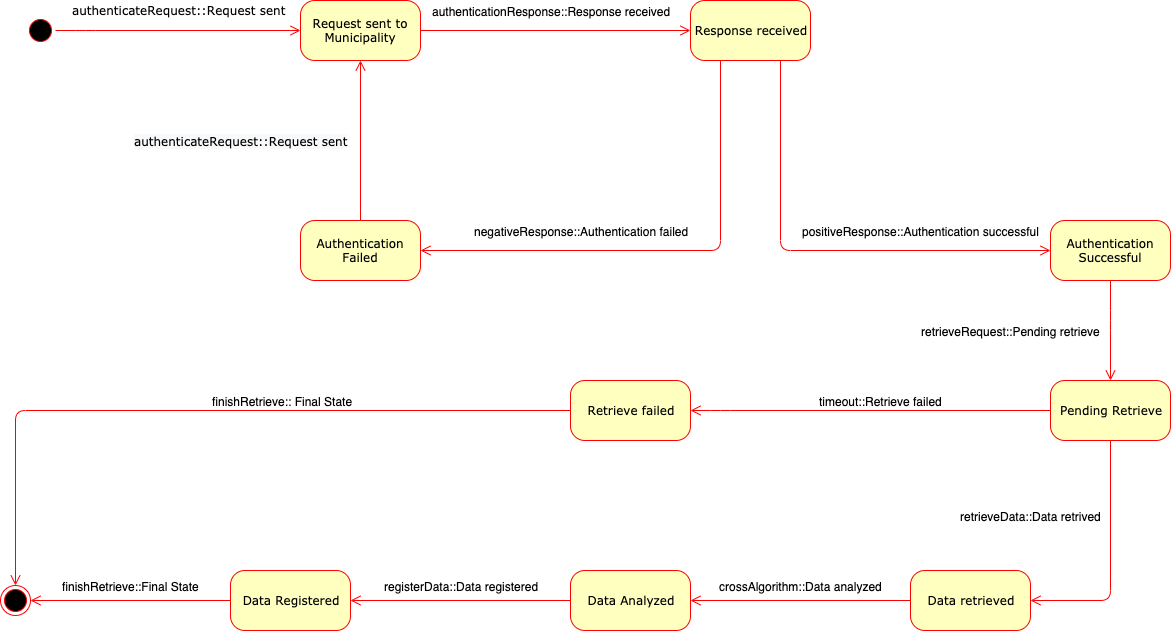
The draw.io diagram Releases/RASD/img/RequestMunicipality.png in amecava/safestreets, before a commit. Source tidied: cells renumbered, new cells last; positions are measured from the earlier drawing's top-left corner, leaving out a move shared by most shapes.
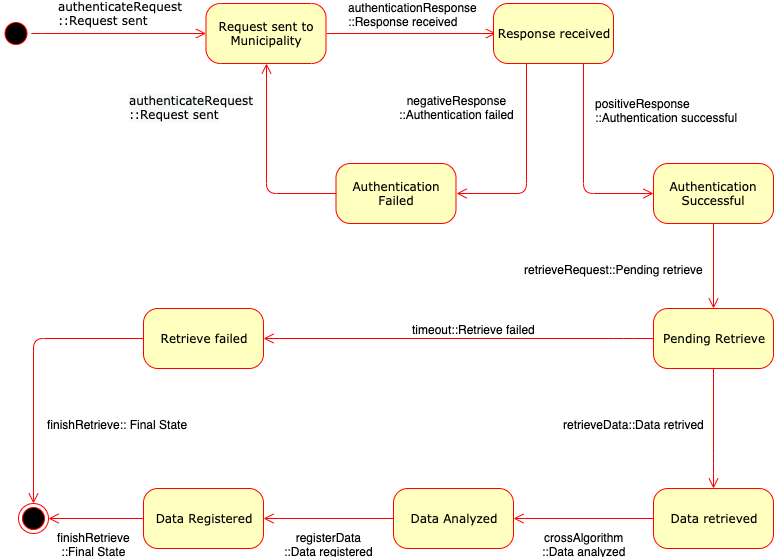
After the change.

Commit message:
State diagrams

Diff of the diagram source:
```diff
@@ -3,129 +3,133 @@
     <mxCell id="0" />
     <mxCell id="1" parent="0" />
     <mxCell id="2" style="ellipse;html=1;shape=startState;fillColor=#000000;strokeColor=#ff0000;rounded=1;shadow=0;comic=0;labelBackgroundColor=none;fontFamily=Verdana;fontSize=12;fontColor=#000000;align=center;direction=south;" parent="1" vertex="1">
-      <mxGeometry x="25" y="15" width="30" height="30" as="geometry" />
+      <mxGeometry x="37.5" y="15" width="30" height="30" as="geometry" />
     </mxCell>
     <mxCell id="3" value="Request sent to Municipality" style="rounded=1;whiteSpace=wrap;html=1;arcSize=24;fillColor=#ffffc0;strokeColor=#ff0000;shadow=0;comic=0;labelBackgroundColor=none;fontFamily=Verdana;fontSize=12;fontColor=#000000;align=center;" parent="1" vertex="1">
-      <mxGeometry x="300" width="120" height="60" as="geometry" />
+      <mxGeometry x="242.5" width="120" height="60" as="geometry" />
     </mxCell>
-    <mxCell id="4" style="edgeStyle=orthogonalEdgeStyle;html=1;exitX=1;exitY=0.5;labelBackgroundColor=none;endArrow=open;endSize=8;strokeColor=#ff0000;fontFamily=Verdana;fontSize=12;align=left;exitDx=0;exitDy=0;" parent="1" edge="1" source="3" target="6">
-      <mxGeometry relative="1" as="geometry" />
+    <mxCell id="4" style="edgeStyle=orthogonalEdgeStyle;html=1;exitX=1;exitY=0.5;labelBackgroundColor=none;endArrow=open;endSize=8;strokeColor=#ff0000;fontFamily=Verdana;fontSize=12;align=left;exitDx=0;exitDy=0;" parent="1" edge="1" source="3">
+      <mxGeometry relative="1" as="geometry">
+        <mxPoint x="532.5" y="30" as="targetPoint" />
+      </mxGeometry>
     </mxCell>
-    <mxCell id="5" value="authenticationResponse::Response received" style="text;html=1;align=center;verticalAlign=middle;labelBackgroundColor=#ffffff;" parent="4" vertex="1">
+    <mxCell id="5" value="authenticationResponse&lt;br&gt;::Response received" style="text;html=1;align=left;verticalAlign=middle;labelBackgroundColor=#ffffff;" parent="4" vertex="1">
       <mxGeometry x="0.53" y="75" relative="1" as="geometry">
-        <mxPoint x="-76" y="55" as="offset" />
+        <mxPoint x="-110" y="55" as="offset" />
       </mxGeometry>
     </mxCell>
     <mxCell id="6" value="Response received" style="rounded=1;whiteSpace=wrap;html=1;arcSize=24;fillColor=#ffffc0;strokeColor=#ff0000;shadow=0;comic=0;labelBackgroundColor=none;fontFamily=Verdana;fontSize=12;fontColor=#000000;align=center;" parent="1" vertex="1">
-      <mxGeometry x="690" width="120" height="60" as="geometry" />
+      <mxGeometry x="530" width="120" height="60" as="geometry" />
     </mxCell>
-    <mxCell id="7" value="authenticateRequest::Request sent" style="edgeStyle=orthogonalEdgeStyle;html=1;labelBackgroundColor=none;endArrow=open;endSize=8;strokeColor=#ff0000;fontFamily=Verdana;fontSize=12;align=left;" parent="1" edge="1" source="2" target="3">
-      <mxGeometry x="-0.76" y="25" relative="1" as="geometry">
+    <mxCell id="7" value="authenticateRequest&lt;br&gt;::Request sent" style="edgeStyle=orthogonalEdgeStyle;html=1;labelBackgroundColor=none;endArrow=open;endSize=8;strokeColor=#ff0000;fontFamily=Verdana;fontSize=12;align=left;" parent="1" edge="1" source="2" target="3">
+      <mxGeometry x="-0.71" y="20" relative="1" as="geometry">
         <Array as="points">
-          <mxPoint x="85" y="30" />
-          <mxPoint x="85" y="30" />
+          <mxPoint x="67.5" y="30" />
+          <mxPoint x="67.5" y="30" />
         </Array>
-        <mxPoint x="-15" y="5" as="offset" />
       </mxGeometry>
     </mxCell>
     <mxCell id="8" style="ellipse;html=1;shape=endState;fillColor=#000000;strokeColor=#ff0000;rounded=1;shadow=0;comic=0;labelBackgroundColor=none;fontFamily=Verdana;fontSize=12;fontColor=#000000;align=center;" parent="1" vertex="1">
-      <mxGeometry y="585" width="30" height="30" as="geometry" />
+      <mxGeometry x="55" y="500" width="30" height="30" as="geometry" />
     </mxCell>
     <mxCell id="9" value="Authentication Failed" style="rounded=1;whiteSpace=wrap;html=1;arcSize=24;fillColor=#ffffc0;strokeColor=#ff0000;shadow=0;comic=0;labelBackgroundColor=none;fontFamily=Verdana;fontSize=12;fontColor=#000000;align=center;" parent="1" vertex="1">
-      <mxGeometry x="300" y="220" width="120" height="60" as="geometry" />
+      <mxGeometry x="372.5" y="160" width="120" height="60" as="geometry" />
     </mxCell>
-    <mxCell id="10" style="edgeStyle=orthogonalEdgeStyle;html=1;labelBackgroundColor=none;endArrow=open;endSize=8;strokeColor=#ff0000;fontFamily=Verdana;fontSize=12;align=left;entryX=1;entryY=0.5;entryDx=0;entryDy=0;exitX=0.25;exitY=1;exitDx=0;exitDy=0;" parent="1" edge="1" source="6" target="9">
+    <mxCell id="10" style="edgeStyle=orthogonalEdgeStyle;html=1;labelBackgroundColor=none;endArrow=open;endSize=8;strokeColor=#ff0000;fontFamily=Verdana;fontSize=12;align=left;entryX=1;entryY=0.5;entryDx=0;entryDy=0;exitX=0.25;exitY=1;exitDx=0;exitDy=0;" parent="1" edge="1" target="9">
       <mxGeometry relative="1" as="geometry">
+        <mxPoint x="562.5" y="60" as="sourcePoint" />
         <Array as="points">
-          <mxPoint x="720" y="250" />
+          <mxPoint x="562.5" y="190" />
         </Array>
       </mxGeometry>
     </mxCell>
-    <mxCell id="11" value="negativeResponse::Authentication failed" style="text;html=1;align=center;verticalAlign=middle;labelBackgroundColor=#ffffff;" parent="10" vertex="1">
+    <mxCell id="11" value="negativeResponse&lt;br&gt;::Authentication failed" style="text;html=1;align=center;verticalAlign=middle;labelBackgroundColor=#ffffff;" parent="10" vertex="1">
       <mxGeometry x="-0.36" y="13" relative="1" as="geometry">
-        <mxPoint x="-153" y="12" as="offset" />
+        <mxPoint x="-83" y="-21" as="offset" />
       </mxGeometry>
     </mxCell>
-    <mxCell id="12" style="edgeStyle=orthogonalEdgeStyle;html=1;labelBackgroundColor=none;endArrow=open;endSize=8;strokeColor=#ff0000;fontFamily=Verdana;fontSize=12;align=left;entryX=0.5;entryY=1;entryDx=0;entryDy=0;exitX=0.5;exitY=0;exitDx=0;exitDy=0;" parent="1" edge="1" source="9" target="3">
+    <mxCell id="12" style="edgeStyle=orthogonalEdgeStyle;html=1;labelBackgroundColor=none;endArrow=open;endSize=8;strokeColor=#ff0000;fontFamily=Verdana;fontSize=12;align=left;exitX=0;exitY=0.5;exitDx=0;exitDy=0;" parent="1" edge="1" source="9">
       <mxGeometry relative="1" as="geometry">
+        <mxPoint x="302.5" y="60" as="targetPoint" />
         <Array as="points">
-          <mxPoint x="360" y="220" />
+          <mxPoint x="302.5" y="190" />
         </Array>
       </mxGeometry>
     </mxCell>
-    <mxCell id="13" value="&lt;span style=&quot;font-family: &amp;#34;verdana&amp;#34; ; text-align: left ; background-color: rgb(248 , 249 , 250)&quot;&gt;authenticateRequest::Request sent&lt;/span&gt;" style="text;html=1;align=center;verticalAlign=middle;labelBackgroundColor=#ffffff;" parent="12" vertex="1">
+    <mxCell id="13" value="&lt;span style=&quot;font-family: &amp;#34;verdana&amp;#34; ; background-color: rgb(248 , 249 , 250)&quot;&gt;authenticateRequest&lt;br&gt;::Request sent&lt;/span&gt;" style="text;html=1;align=left;verticalAlign=middle;labelBackgroundColor=#ffffff;" parent="12" vertex="1">
       <mxGeometry x="-0.36" y="13" relative="1" as="geometry">
-        <mxPoint x="-107" y="-28" as="offset" />
+        <mxPoint x="-145" y="-100" as="offset" />
       </mxGeometry>
     </mxCell>
     <mxCell id="14" value="Authentication Successful" style="rounded=1;whiteSpace=wrap;html=1;arcSize=24;fillColor=#ffffc0;strokeColor=#ff0000;shadow=0;comic=0;labelBackgroundColor=none;fontFamily=Verdana;fontSize=12;fontColor=#000000;align=center;" parent="1" vertex="1">
-      <mxGeometry x="1050" y="220" width="120" height="60" as="geometry" />
+      <mxGeometry x="690" y="160" width="120" height="60" as="geometry" />
     </mxCell>
-    <mxCell id="15" style="edgeStyle=orthogonalEdgeStyle;html=1;labelBackgroundColor=none;endArrow=open;endSize=8;strokeColor=#ff0000;fontFamily=Verdana;fontSize=12;align=left;entryX=0;entryY=0.5;entryDx=0;entryDy=0;" parent="1" edge="1" source="6" target="14">
+    <mxCell id="15" style="edgeStyle=orthogonalEdgeStyle;html=1;labelBackgroundColor=none;endArrow=open;endSize=8;strokeColor=#ff0000;fontFamily=Verdana;fontSize=12;align=left;exitX=0.75;exitY=1;exitDx=0;exitDy=0;entryX=0;entryY=0.5;entryDx=0;entryDy=0;" parent="1" edge="1" source="6" target="14">
       <mxGeometry relative="1" as="geometry">
         <Array as="points">
-          <mxPoint x="780" y="250" />
+          <mxPoint x="620" y="190" />
         </Array>
       </mxGeometry>
     </mxCell>
-    <mxCell id="16" value="positiveResponse::Authentication successful" style="text;html=1;align=center;verticalAlign=middle;labelBackgroundColor=#ffffff;" parent="15" vertex="1">
+    <mxCell id="16" value="positiveResponse&lt;br&gt;::Authentication successful" style="text;html=1;align=left;verticalAlign=middle;labelBackgroundColor=#ffffff;" parent="15" vertex="1">
       <mxGeometry x="-0.36" y="13" relative="1" as="geometry">
-        <mxPoint x="127" y="22" as="offset" />
+        <mxPoint x="-3" y="-18" as="offset" />
       </mxGeometry>
     </mxCell>
     <mxCell id="17" value="Data retrieved" style="rounded=1;whiteSpace=wrap;html=1;arcSize=24;fillColor=#ffffc0;strokeColor=#ff0000;shadow=0;comic=0;labelBackgroundColor=none;fontFamily=Verdana;fontSize=12;fontColor=#000000;align=center;" parent="1" vertex="1">
-      <mxGeometry x="910" y="570" width="120" height="60" as="geometry" />
+      <mxGeometry x="690" y="485" width="120" height="60" as="geometry" />
     </mxCell>
-    <mxCell id="18" style="edgeStyle=orthogonalEdgeStyle;html=1;labelBackgroundColor=none;endArrow=open;endSize=8;strokeColor=#ff0000;fontFamily=Verdana;fontSize=12;align=left;entryX=1;entryY=0.5;entryDx=0;entryDy=0;exitX=0.5;exitY=1;exitDx=0;exitDy=0;" parent="1" edge="1" source="28" target="17">
+    <mxCell id="18" style="edgeStyle=orthogonalEdgeStyle;html=1;labelBackgroundColor=none;endArrow=open;endSize=8;strokeColor=#ff0000;fontFamily=Verdana;fontSize=12;align=left;exitX=0.5;exitY=1;exitDx=0;exitDy=0;entryX=0.5;entryY=0;entryDx=0;entryDy=0;" parent="1" edge="1" source="28" target="17">
       <mxGeometry relative="1" as="geometry">
         <Array as="points">
-          <mxPoint x="1110" y="600" />
+          <mxPoint x="750" y="460" />
+          <mxPoint x="750" y="460" />
         </Array>
       </mxGeometry>
     </mxCell>
     <mxCell id="19" value="retrieveData::Data retrived" style="text;html=1;align=center;verticalAlign=middle;labelBackgroundColor=#ffffff;" parent="18" vertex="1">
       <mxGeometry x="-0.36" y="13" relative="1" as="geometry">
-        <mxPoint x="-93" y="-2" as="offset" />
+        <mxPoint x="-93" y="16" as="offset" />
       </mxGeometry>
     </mxCell>
     <mxCell id="20" value="Data Analyzed" style="rounded=1;whiteSpace=wrap;html=1;arcSize=24;fillColor=#ffffc0;strokeColor=#ff0000;shadow=0;comic=0;labelBackgroundColor=none;fontFamily=Verdana;fontSize=12;fontColor=#000000;align=center;" parent="1" vertex="1">
-      <mxGeometry x="570" y="570" width="120" height="60" as="geometry" />
+      <mxGeometry x="430" y="485" width="120" height="60" as="geometry" />
     </mxCell>
     <mxCell id="21" style="edgeStyle=orthogonalEdgeStyle;html=1;labelBackgroundColor=none;endArrow=open;endSize=8;strokeColor=#ff0000;fontFamily=Verdana;fontSize=12;align=left;entryX=1;entryY=0.5;entryDx=0;entryDy=0;exitX=0;exitY=0.5;exitDx=0;exitDy=0;" parent="1" edge="1" source="17" target="20">
       <mxGeometry relative="1" as="geometry" />
     </mxCell>
-    <mxCell id="22" value="crossAlgorithm::Data analyzed" style="text;html=1;align=center;verticalAlign=middle;labelBackgroundColor=#ffffff;" parent="21" vertex="1">
+    <mxCell id="22" value="crossAlgorithm&lt;br&gt;::Data analyzed" style="text;html=1;align=center;verticalAlign=middle;labelBackgroundColor=#ffffff;" parent="21" vertex="1">
       <mxGeometry x="-0.36" y="13" relative="1" as="geometry">
-        <mxPoint x="-39" y="-28" as="offset" />
+        <mxPoint x="-25" y="12" as="offset" />
       </mxGeometry>
     </mxCell>
     <mxCell id="23" value="Data Registered" style="rounded=1;whiteSpace=wrap;html=1;arcSize=24;fillColor=#ffffc0;strokeColor=#ff0000;shadow=0;comic=0;labelBackgroundColor=none;fontFamily=Verdana;fontSize=12;fontColor=#000000;align=center;" parent="1" vertex="1">
-      <mxGeometry x="230" y="570" width="120" height="60" as="geometry" />
+      <mxGeometry x="180" y="485" width="120" height="60" as="geometry" />
     </mxCell>
     <mxCell id="24" style="edgeStyle=orthogonalEdgeStyle;html=1;labelBackgroundColor=none;endArrow=open;endSize=8;strokeColor=#ff0000;fontFamily=Verdana;fontSize=12;align=left;entryX=1;entryY=0.5;entryDx=0;entryDy=0;exitX=0;exitY=0.5;exitDx=0;exitDy=0;" parent="1" edge="1" source="20" target="23">
       <mxGeometry relative="1" as="geometry" />
     </mxCell>
-    <mxCell id="25" value="registerData::Data registered" style="text;html=1;align=center;verticalAlign=middle;labelBackgroundColor=#ffffff;" parent="24" vertex="1">
+    <mxCell id="25" value="registerData&lt;br&gt;::Data registered" style="text;html=1;align=center;verticalAlign=middle;labelBackgroundColor=#ffffff;" parent="24" vertex="1">
       <mxGeometry x="-0.36" y="13" relative="1" as="geometry">
-        <mxPoint x="-39" y="-28" as="offset" />
+        <mxPoint x="-23" y="12" as="offset" />
       </mxGeometry>
     </mxCell>
     <mxCell id="26" style="edgeStyle=orthogonalEdgeStyle;html=1;labelBackgroundColor=none;endArrow=open;endSize=8;strokeColor=#ff0000;fontFamily=Verdana;fontSize=12;align=left;entryX=1;entryY=0.5;entryDx=0;entryDy=0;exitX=0;exitY=0.5;exitDx=0;exitDy=0;" parent="1" edge="1" source="23" target="8">
       <mxGeometry relative="1" as="geometry" />
     </mxCell>
-    <mxCell id="27" value="finishRetrieve::Final State" style="text;html=1;align=center;verticalAlign=middle;labelBackgroundColor=#ffffff;" parent="26" vertex="1">
+    <mxCell id="27" value="finishRetrieve&lt;br&gt;::Final State" style="text;html=1;align=center;verticalAlign=middle;labelBackgroundColor=#ffffff;" parent="26" vertex="1">
       <mxGeometry x="-0.36" y="13" relative="1" as="geometry">
-        <mxPoint x="-36" y="-28" as="offset" />
+        <mxPoint x="-19" y="12" as="offset" />
       </mxGeometry>
     </mxCell>
     <mxCell id="28" value="Pending Retrieve" style="rounded=1;whiteSpace=wrap;html=1;arcSize=24;fillColor=#ffffc0;strokeColor=#ff0000;shadow=0;comic=0;labelBackgroundColor=none;fontFamily=Verdana;fontSize=12;fontColor=#000000;align=center;" parent="1" vertex="1">
-      <mxGeometry x="1050" y="380" width="120" height="60" as="geometry" />
+      <mxGeometry x="690" y="305" width="120" height="60" as="geometry" />
     </mxCell>
     <mxCell id="29" style="edgeStyle=orthogonalEdgeStyle;html=1;labelBackgroundColor=none;endArrow=open;endSize=8;strokeColor=#ff0000;fontFamily=Verdana;fontSize=12;align=left;entryX=0.5;entryY=0;entryDx=0;entryDy=0;exitX=0.5;exitY=1;exitDx=0;exitDy=0;" parent="1" edge="1" source="14" target="28">
       <mxGeometry relative="1" as="geometry">
         <Array as="points">
-          <mxPoint x="1110" y="320" />
-          <mxPoint x="1110" y="320" />
+          <mxPoint x="750" y="220" />
+          <mxPoint x="750" y="380" />
         </Array>
       </mxGeometry>
     </mxCell>
@@ -137,8 +141,8 @@
     <mxCell id="31" style="edgeStyle=orthogonalEdgeStyle;html=1;labelBackgroundColor=none;endArrow=open;endSize=8;strokeColor=#ff0000;fontFamily=Verdana;fontSize=12;align=left;entryX=1;entryY=0.5;entryDx=0;entryDy=0;exitX=0;exitY=0.5;exitDx=0;exitDy=0;" parent="1" edge="1" source="28" target="33">
       <mxGeometry relative="1" as="geometry">
         <Array as="points">
-          <mxPoint x="720" y="410" />
-          <mxPoint x="720" y="410" />
+          <mxPoint x="660" y="335" />
+          <mxPoint x="660" y="335" />
         </Array>
       </mxGeometry>
     </mxCell>
@@ -148,18 +152,18 @@
       </mxGeometry>
     </mxCell>
     <mxCell id="33" value="Retrieve failed" style="rounded=1;whiteSpace=wrap;html=1;arcSize=24;fillColor=#ffffc0;strokeColor=#ff0000;shadow=0;comic=0;labelBackgroundColor=none;fontFamily=Verdana;fontSize=12;fontColor=#000000;align=center;" parent="1" vertex="1">
-      <mxGeometry x="570" y="380" width="120" height="60" as="geometry" />
+      <mxGeometry x="180" y="305" width="120" height="60" as="geometry" />
     </mxCell>
     <mxCell id="34" style="edgeStyle=orthogonalEdgeStyle;html=1;labelBackgroundColor=none;endArrow=open;endSize=8;strokeColor=#ff0000;fontFamily=Verdana;fontSize=12;align=left;entryX=0.5;entryY=0;entryDx=0;entryDy=0;exitX=0;exitY=0.5;exitDx=0;exitDy=0;" parent="1" edge="1" source="33" target="8">
       <mxGeometry relative="1" as="geometry">
         <Array as="points">
-          <mxPoint x="15" y="410" />
+          <mxPoint x="70" y="335" />
         </Array>
       </mxGeometry>
     </mxCell>
     <mxCell id="35" value="finishRetrieve:: Final State" style="text;html=1;align=center;verticalAlign=middle;labelBackgroundColor=#ffffff;" parent="34" vertex="1">
       <mxGeometry x="-0.36" y="13" relative="1" as="geometry">
-        <mxPoint x="-54" y="-23" as="offset" />
+        <mxPoint x="62" y="72" as="offset" />
       </mxGeometry>
     </mxCell>
   </root>
```
